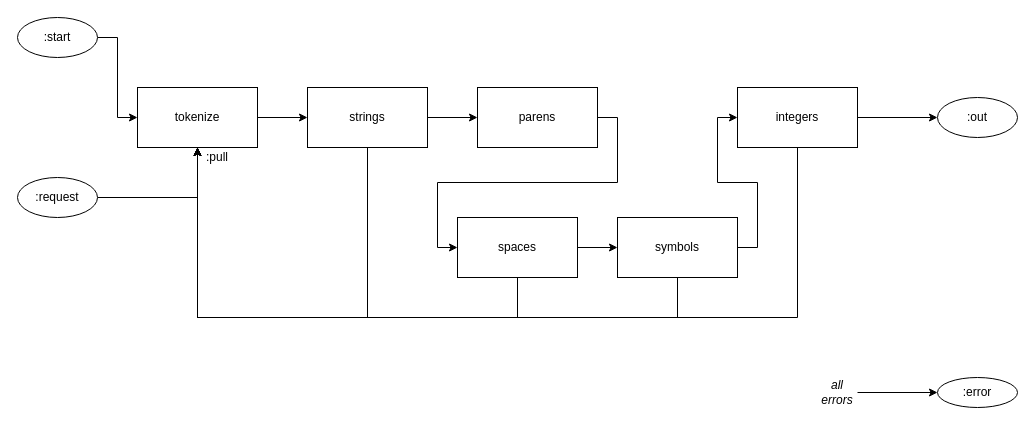
Above: page "scanner internals" (3 of 3) of svg/back-end/back-end.drawio in bmfbp/bmfbp (draw.io), before the change. Source tidied: cells renumbered, new cells numbered last; positions are measured from the earlier drawing's top-left corner, leaving out a move shared by most shapes. Both pictures are drawn from the tidied source at 100%, with x=0, y=0 at pixel (17, 17).
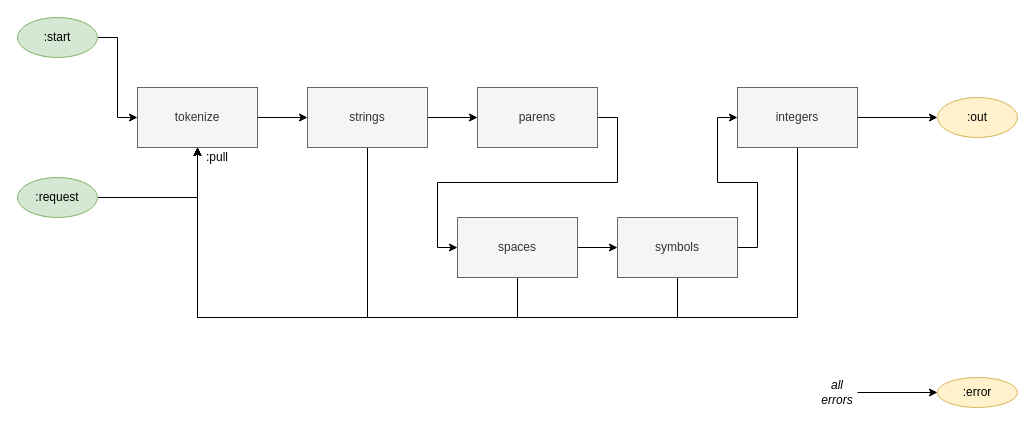
The same diagram, later.

What changed in the source:
```diff
@@
-    <mxCell id="3" value=":start" style="ellipse;whiteSpace=wrap;html=1;" parent="1" vertex="1">
+    <mxCell id="3" value=":start" style="ellipse;whiteSpace=wrap;html=1;fillColor=#d5e8d4;strokeColor=#82b366;" parent="1" vertex="1">
       <mxGeometry width="80" height="40" as="geometry" />
     </mxCell>
@@
-    <mxCell id="5" value=":request" style="ellipse;whiteSpace=wrap;html=1;" parent="1" vertex="1">
+    <mxCell id="5" value=":request" style="ellipse;whiteSpace=wrap;html=1;fillColor=#d5e8d4;strokeColor=#82b366;" parent="1" vertex="1">
       <mxGeometry y="160" width="80" height="40" as="geometry" />
     </mxCell>
-    <mxCell id="6" value=":out" style="ellipse;whiteSpace=wrap;html=1;" parent="1" vertex="1">
+    <mxCell id="6" value=":out" style="ellipse;whiteSpace=wrap;html=1;fillColor=#fff2cc;strokeColor=#d6b656;" parent="1" vertex="1">
       <mxGeometry x="920" y="80" width="80" height="40" as="geometry" />
     </mxCell>
-    <mxCell id="7" value=":error" style="ellipse;whiteSpace=wrap;html=1;" parent="1" vertex="1">
+    <mxCell id="7" value=":error" style="ellipse;whiteSpace=wrap;html=1;fillColor=#fff2cc;strokeColor=#d6b656;" parent="1" vertex="1">
       <mxGeometry x="920" y="360" width="80" height="30" as="geometry" />
     </mxCell>
@@
-    <mxCell id="9" value="tokenize" style="rounded=0;whiteSpace=wrap;html=1;" parent="1" vertex="1">
+    <mxCell id="9" value="tokenize" style="rounded=0;whiteSpace=wrap;html=1;fillColor=#f5f5f5;strokeColor=#666666;fontColor=#333333;" parent="1" vertex="1">
       <mxGeometry x="120" y="70" width="120" height="60" as="geometry" />
     </mxCell>
@@
-    <mxCell id="12" value="strings" style="rounded=0;whiteSpace=wrap;html=1;" parent="1" vertex="1">
+    <mxCell id="12" value="strings" style="rounded=0;whiteSpace=wrap;html=1;fillColor=#f5f5f5;strokeColor=#666666;fontColor=#333333;" parent="1" vertex="1">
       <mxGeometry x="290" y="70" width="120" height="60" as="geometry" />
     </mxCell>
@@
-    <mxCell id="14" value="parens" style="rounded=0;whiteSpace=wrap;html=1;" parent="1" vertex="1">
+    <mxCell id="14" value="parens" style="rounded=0;whiteSpace=wrap;html=1;fillColor=#f5f5f5;strokeColor=#666666;fontColor=#333333;" parent="1" vertex="1">
       <mxGeometry x="460" y="70" width="120" height="60" as="geometry" />
     </mxCell>
@@
-    <mxCell id="17" value="spaces" style="rounded=0;whiteSpace=wrap;html=1;" parent="1" vertex="1">
+    <mxCell id="17" value="spaces" style="rounded=0;whiteSpace=wrap;html=1;fillColor=#f5f5f5;strokeColor=#666666;fontColor=#333333;" parent="1" vertex="1">
       <mxGeometry x="440" y="200" width="120" height="60" as="geometry" />
     </mxCell>
@@
-    <mxCell id="20" value="symbols" style="rounded=0;whiteSpace=wrap;html=1;" parent="1" vertex="1">
+    <mxCell id="20" value="symbols" style="rounded=0;whiteSpace=wrap;html=1;fillColor=#f5f5f5;strokeColor=#666666;fontColor=#333333;" parent="1" vertex="1">
       <mxGeometry x="600" y="200" width="120" height="60" as="geometry" />
     </mxCell>
@@
-    <mxCell id="23" value="integers" style="rounded=0;whiteSpace=wrap;html=1;" parent="1" vertex="1">
+    <mxCell id="23" value="integers" style="rounded=0;whiteSpace=wrap;html=1;fillColor=#f5f5f5;strokeColor=#666666;fontColor=#333333;" parent="1" vertex="1">
       <mxGeometry x="720" y="70" width="120" height="60" as="geometry" />
     </mxCell>
```
